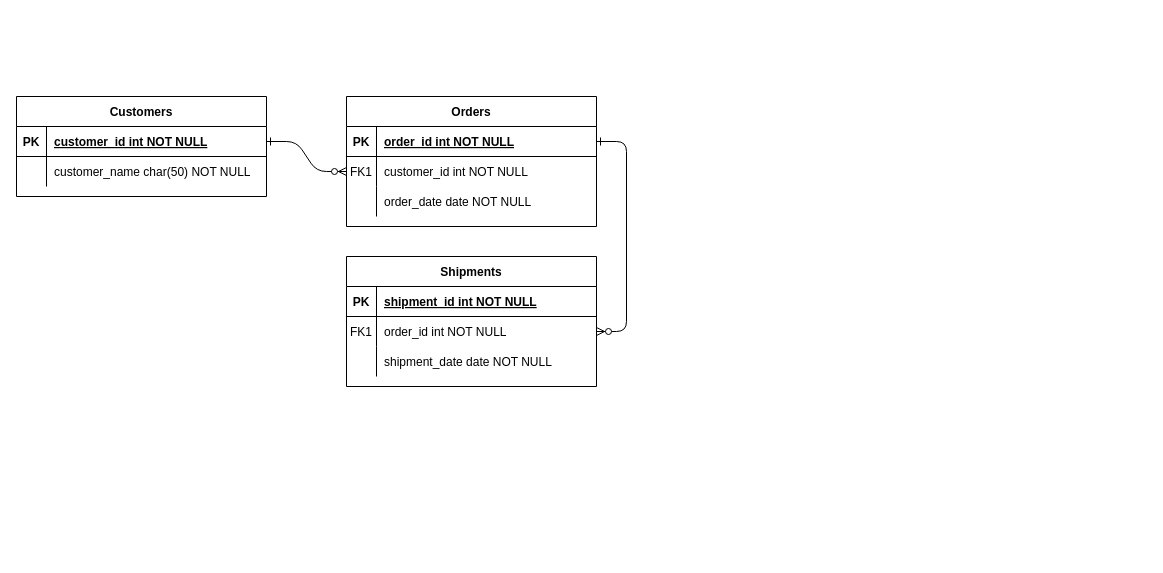
giaritssa/PASS-CARD-KIDS keeps this draw.io diagram as Untitled Diagram.drawio. Above is the earlier version. Source tidied: cells renumbered, new cells numbered last; positions are measured from the earlier drawing's top-left corner, leaving out a move shared by most shapes. Both pictures are drawn from the tidied source at 100%, with x=0, y=0 at pixel (16, 96).
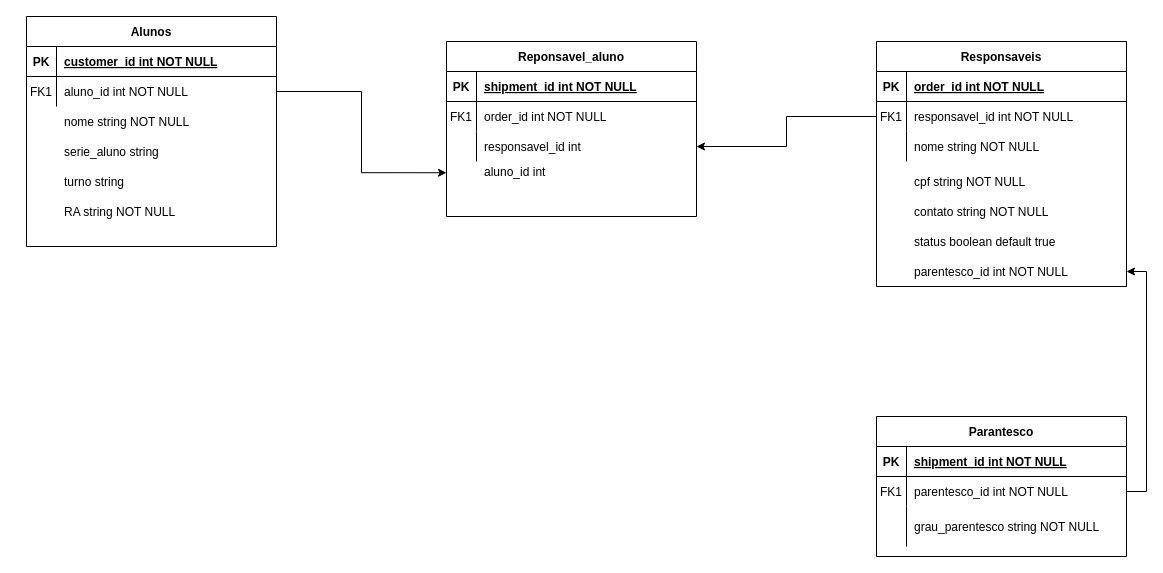
Above is the later version.

Unchanged cells that the change refers to:
```xml
<mxCell id="5" style="shape=partialRectangle;fillColor=none;points=[[0,0.5],[1,0.5]];portConstraint=eastwest;top=0;left=0;right=0;bottom=1;" parent="4" vertex="1">
  <mxGeometry y="30" width="250" height="30" as="geometry" />
</mxCell>
<mxCell id="8" style="shape=partialRectangle;fillColor=none;points=[[0,0.5],[1,0.5]];portConstraint=eastwest;top=0;left=0;right=0;bottom=0;" parent="4" vertex="1">
  <mxGeometry y="60" width="250" height="30" as="geometry" />
</mxCell>
<mxCell id="11" style="shape=partialRectangle;fillColor=none;top=0;left=0;right=0;bottom=0;" parent="4" vertex="1">
  <mxGeometry y="90" width="250" height="30" as="geometry" />
</mxCell>
<mxCell id="18" style="shape=partialRectangle;fillColor=none;points=[[0,0.5],[1,0.5]];portConstraint=eastwest;top=0;left=0;right=0;bottom=0;" parent="14" vertex="1">
  <mxGeometry y="60" width="250" height="30" as="geometry" />
</mxCell>
<mxCell id="25" style="shape=partialRectangle;fillColor=none;points=[[0,0.5],[1,0.5]];portConstraint=eastwest;top=0;left=0;right=0;bottom=1;" parent="24" vertex="1">
  <mxGeometry y="30" width="250" height="30" as="geometry" />
</mxCell>
<mxCell id="28" style="shape=partialRectangle;fillColor=none;points=[[0,0.5],[1,0.5]];portConstraint=eastwest;top=0;left=0;right=0;bottom=0;" parent="24" vertex="1">
  <mxGeometry y="60" width="250" height="30" as="geometry" />
</mxCell>
```

The edit, as a diff of the source:
```diff
@@
-    <mxCell id="2" style="edgeStyle=entityRelationEdgeStyle;endArrow=ERzeroToMany;startArrow=ERone;endFill=1;startFill=0;" parent="1" edge="1" source="25" target="8">
-      <mxGeometry relative="1" as="geometry" />
-    </mxCell>
-    <mxCell id="3" style="edgeStyle=entityRelationEdgeStyle;endArrow=ERzeroToMany;startArrow=ERone;endFill=1;startFill=0;" parent="1" edge="1" source="5" target="18">
-      <mxGeometry relative="1" as="geometry" />
-    </mxCell>
-    <mxCell id="4" value="Orders" style="shape=table;startSize=30;childLayout=tableLayout;rowLines=0;fontStyle=1;align=center;" parent="1" vertex="1">
-      <mxGeometry x="330" width="250" height="130" as="geometry" />
+    <mxCell id="4" value="Responsaveis" style="shape=table;startSize=30;childLayout=tableLayout;rowLines=0;fontStyle=1;align=center;" parent="1" vertex="1">
+      <mxGeometry x="860" y="-55" width="250" height="245" as="geometry" />
     </mxCell>
@@
-    <mxCell id="10" value="customer_id int NOT NULL" style="shape=partialRectangle;overflow=hidden;fillColor=none;top=0;left=0;bottom=0;right=0;align=left;spacingLeft=6;" parent="8" vertex="1">
+    <mxCell id="10" value="responsavel_id int NOT NULL" style="shape=partialRectangle;overflow=hidden;fillColor=none;top=0;left=0;bottom=0;right=0;align=left;spacingLeft=6;" parent="8" vertex="1">
       <mxGeometry x="30" width="220" height="30" as="geometry" />
     </mxCell>
@@
-    <mxCell id="13" value="order_date date NOT NULL" style="shape=partialRectangle;overflow=hidden;fillColor=none;top=0;left=0;bottom=0;right=0;align=left;spacingLeft=6;" parent="11" vertex="1">
+    <mxCell id="13" value="nome string NOT NULL" style="shape=partialRectangle;overflow=hidden;fillColor=none;top=0;left=0;bottom=0;right=0;align=left;spacingLeft=6;" parent="11" vertex="1">
       <mxGeometry x="30" width="220" height="30" as="geometry" />
     </mxCell>
-    <mxCell id="14" value="Shipments" style="shape=table;startSize=30;childLayout=tableLayout;rowLines=0;fontStyle=1;align=center;" parent="1" vertex="1">
-      <mxGeometry x="330" y="160" width="250" height="130" as="geometry" />
+    <mxCell id="14" value="Parantesco" style="shape=table;startSize=30;childLayout=tableLayout;rowLines=0;fontStyle=1;align=center;" parent="1" vertex="1">
+      <mxGeometry x="860" y="320" width="250" height="140" as="geometry" />
     </mxCell>
@@
-    <mxCell id="20" value="order_id int NOT NULL" style="shape=partialRectangle;overflow=hidden;fillColor=none;top=0;left=0;bottom=0;right=0;align=left;spacingLeft=6;" parent="18" vertex="1">
+    <mxCell id="20" value="parentesco_id int NOT NULL" style="shape=partialRectangle;overflow=hidden;fillColor=none;top=0;left=0;bottom=0;right=0;align=left;spacingLeft=6;" parent="18" vertex="1">
       <mxGeometry x="30" width="220" height="30" as="geometry" />
     </mxCell>
     <mxCell id="21" style="shape=partialRectangle;fillColor=none;top=0;left=0;right=0;bottom=0;" parent="14" vertex="1">
-      <mxGeometry y="90" width="250" height="30" as="geometry" />
+      <mxGeometry y="90" width="250" height="40" as="geometry" />
     </mxCell>
     <mxCell id="22" style="shape=partialRectangle;overflow=hidden;fillColor=none;top=0;left=0;bottom=0;right=0;" parent="21" vertex="1">
-      <mxGeometry width="30" height="30" as="geometry" />
+      <mxGeometry width="30" height="40" as="geometry" />
     </mxCell>
-    <mxCell id="23" value="shipment_date date NOT NULL" style="shape=partialRectangle;overflow=hidden;fillColor=none;top=0;left=0;bottom=0;right=0;align=left;spacingLeft=6;" parent="21" vertex="1">
-      <mxGeometry x="30" width="220" height="30" as="geometry" />
+    <mxCell id="23" value="grau_parentesco string NOT NULL" style="shape=partialRectangle;overflow=hidden;fillColor=none;top=0;left=0;bottom=0;right=0;align=left;spacingLeft=6;" parent="21" vertex="1">
+      <mxGeometry x="30" width="220" height="40" as="geometry" />
     </mxCell>
-    <mxCell id="24" value="Customers" style="shape=table;startSize=30;childLayout=tableLayout;rowLines=0;fontStyle=1;align=center;" parent="1" vertex="1">
-      <mxGeometry width="250" height="100" as="geometry" />
+    <mxCell id="24" value="Alunos" style="shape=table;startSize=30;childLayout=tableLayout;rowLines=0;fontStyle=1;align=center;" parent="1" vertex="1">
+      <mxGeometry x="10" y="-80" width="250" height="230" as="geometry" />
     </mxCell>
@@
-    <mxCell id="29" style="shape=partialRectangle;overflow=hidden;fillColor=none;top=0;left=0;bottom=0;right=0;" parent="28" vertex="1">
+    <mxCell id="29" value="FK1" style="shape=partialRectangle;overflow=hidden;fillColor=none;top=0;left=0;bottom=0;right=0;" parent="28" vertex="1">
       <mxGeometry width="30" height="30" as="geometry" />
     </mxCell>
-    <mxCell id="30" value="customer_name char(50) NOT NULL" style="shape=partialRectangle;overflow=hidden;fillColor=none;top=0;left=0;bottom=0;right=0;align=left;spacingLeft=6;" parent="28" vertex="1">
+    <mxCell id="30" value="aluno_id int NOT NULL" style="shape=partialRectangle;overflow=hidden;fillColor=none;top=0;left=0;bottom=0;right=0;align=left;spacingLeft=6;" parent="28" vertex="1">
       <mxGeometry x="30" width="220" height="30" as="geometry" />
     </mxCell>
+    <mxCell id="31" value="Reponsavel_aluno" style="shape=table;startSize=30;childLayout=tableLayout;rowLines=0;fontStyle=1;align=center;" parent="1" vertex="1">
+      <mxGeometry x="430" y="-55" width="250" height="175" as="geometry" />
+    </mxCell>
+    <mxCell id="32" style="shape=partialRectangle;fillColor=none;top=0;left=0;right=0;bottom=1;" parent="31" vertex="1">
+      <mxGeometry y="30" width="250" height="30" as="geometry" />
+    </mxCell>
+    <mxCell id="33" value="PK" style="shape=partialRectangle;overflow=hidden;fillColor=none;top=0;left=0;bottom=0;right=0;fontStyle=1;" parent="32" vertex="1">
+      <mxGeometry width="30" height="30" as="geometry" />
+    </mxCell>
+    <mxCell id="34" value="shipment_id int NOT NULL " style="shape=partialRectangle;overflow=hidden;fillColor=none;top=0;left=0;bottom=0;right=0;align=left;spacingLeft=6;fontStyle=5;" parent="32" vertex="1">
+      <mxGeometry x="30" width="220" height="30" as="geometry" />
+    </mxCell>
+    <mxCell id="35" style="shape=partialRectangle;fillColor=none;top=0;left=0;right=0;bottom=0;" parent="31" vertex="1">
+      <mxGeometry y="60" width="250" height="30" as="geometry" />
+    </mxCell>
+    <mxCell id="36" value="FK1" style="shape=partialRectangle;overflow=hidden;fillColor=none;top=0;left=0;bottom=0;right=0;" parent="35" vertex="1">
+      <mxGeometry width="30" height="30" as="geometry" />
+    </mxCell>
+    <mxCell id="37" value="order_id int NOT NULL" style="shape=partialRectangle;overflow=hidden;fillColor=none;top=0;left=0;bottom=0;right=0;align=left;spacingLeft=6;" parent="35" vertex="1">
+      <mxGeometry x="30" width="220" height="30" as="geometry" />
+    </mxCell>
+    <mxCell id="38" style="shape=partialRectangle;fillColor=none;points=[[0,0.5],[1,0.5]];portConstraint=eastwest;top=0;left=0;right=0;bottom=0;" parent="31" vertex="1">
+      <mxGeometry y="90" width="250" height="30" as="geometry" />
+    </mxCell>
+    <mxCell id="39" style="shape=partialRectangle;overflow=hidden;fillColor=none;top=0;left=0;bottom=0;right=0;" parent="38" vertex="1">
+      <mxGeometry width="30" height="30" as="geometry" />
+    </mxCell>
+    <mxCell id="40" value="responsavel_id int " style="shape=partialRectangle;overflow=hidden;fillColor=none;top=0;left=0;bottom=0;right=0;align=left;spacingLeft=6;" parent="38" vertex="1">
+      <mxGeometry x="30" width="220" height="30" as="geometry" />
+    </mxCell>
+    <mxCell id="41" value="aluno_id int " style="shape=partialRectangle;overflow=hidden;fillColor=none;top=0;left=0;bottom=0;right=0;align=left;spacingLeft=6;" parent="1" vertex="1">
+      <mxGeometry x="460" y="60" width="220" height="30" as="geometry" />
+    </mxCell>
+    <mxCell id="42" style="edgeStyle=orthogonalEdgeStyle;rounded=0;jettySize=auto;html=1;entryX=0;entryY=0.75;entryDx=0;entryDy=0;" parent="1" edge="1" source="28" target="31">
+      <mxGeometry relative="1" as="geometry" />
+    </mxCell>
+    <mxCell id="43" style="edgeStyle=orthogonalEdgeStyle;rounded=0;jettySize=auto;html=1;entryX=1;entryY=0.5;entryDx=0;entryDy=0;" parent="1" edge="1" source="8" target="38">
+      <mxGeometry relative="1" as="geometry" />
+    </mxCell>
+    <mxCell id="44" style="shape=partialRectangle;fillColor=none;top=0;left=0;right=0;bottom=0;" parent="1" vertex="1">
+      <mxGeometry x="860" y="70" width="250" height="30" as="geometry" />
+    </mxCell>
+    <mxCell id="45" style="shape=partialRectangle;overflow=hidden;fillColor=none;top=0;left=0;bottom=0;right=0;" parent="44" vertex="1">
+      <mxGeometry width="30" height="30" as="geometry" />
+    </mxCell>
+    <mxCell id="46" value="cpf string NOT NULL" style="shape=partialRectangle;overflow=hidden;fillColor=none;top=0;left=0;bottom=0;right=0;align=left;spacingLeft=6;" parent="44" vertex="1">
+      <mxGeometry x="30" width="220" height="30" as="geometry" />
+    </mxCell>
+    <mxCell id="47" style="shape=partialRectangle;fillColor=none;top=0;left=0;right=0;bottom=0;" parent="1" vertex="1">
+      <mxGeometry x="860" y="100" width="250" height="30" as="geometry" />
+    </mxCell>
+    <mxCell id="48" style="shape=partialRectangle;overflow=hidden;fillColor=none;top=0;left=0;bottom=0;right=0;" parent="47" vertex="1">
+      <mxGeometry width="30" height="30" as="geometry" />
+    </mxCell>
+    <mxCell id="49" value="contato string NOT NULL" style="shape=partialRectangle;overflow=hidden;fillColor=none;top=0;left=0;bottom=0;right=0;align=left;spacingLeft=6;" parent="47" vertex="1">
+      <mxGeometry x="30" width="220" height="30" as="geometry" />
+    </mxCell>
+    <mxCell id="50" style="shape=partialRectangle;fillColor=none;points=[[0,0.5],[1,0.5]];portConstraint=eastwest;top=0;left=0;right=0;bottom=0;" parent="1" vertex="1">
+      <mxGeometry x="860" y="160" width="250" height="30" as="geometry" />
+    </mxCell>
+    <mxCell id="51" style="shape=partialRectangle;overflow=hidden;fillColor=none;top=0;left=0;bottom=0;right=0;" parent="50" vertex="1">
+      <mxGeometry width="30" height="30" as="geometry" />
+    </mxCell>
+    <mxCell id="52" value="parentesco_id int NOT NULL" style="shape=partialRectangle;overflow=hidden;fillColor=none;top=0;left=0;bottom=0;right=0;align=left;spacingLeft=6;" parent="50" vertex="1">
+      <mxGeometry x="30" width="220" height="30" as="geometry" />
+    </mxCell>
+    <mxCell id="53" style="shape=partialRectangle;fillColor=none;top=0;left=0;right=0;bottom=0;" parent="1" vertex="1">
+      <mxGeometry x="860" y="130" width="250" height="30" as="geometry" />
+    </mxCell>
+    <mxCell id="54" style="shape=partialRectangle;overflow=hidden;fillColor=none;top=0;left=0;bottom=0;right=0;" parent="53" vertex="1">
+      <mxGeometry width="30" height="30" as="geometry" />
+    </mxCell>
+    <mxCell id="55" value="status boolean default true" style="shape=partialRectangle;overflow=hidden;fillColor=none;top=0;left=0;bottom=0;right=0;align=left;spacingLeft=6;" parent="53" vertex="1">
+      <mxGeometry x="30" width="220" height="30" as="geometry" />
+    </mxCell>
+    <mxCell id="56" style="edgeStyle=orthogonalEdgeStyle;rounded=0;jettySize=auto;html=1;entryX=1;entryY=0.5;entryDx=0;entryDy=0;" parent="1" edge="1" source="18" target="50">
+      <mxGeometry relative="1" as="geometry">
+        <Array as="points">
+          <mxPoint x="1130" y="395" />
+          <mxPoint x="1130" y="175" />
+        </Array>
+      </mxGeometry>
+    </mxCell>
+    <mxCell id="57" value="nome string NOT NULL" style="shape=partialRectangle;overflow=hidden;fillColor=none;top=0;left=0;bottom=0;right=0;align=left;spacingLeft=6;" parent="1" vertex="1">
+      <mxGeometry x="40" y="10" width="220" height="30" as="geometry" />
+    </mxCell>
+    <mxCell id="58" value="serie_aluno string " style="shape=partialRectangle;overflow=hidden;fillColor=none;top=0;left=0;bottom=0;right=0;align=left;spacingLeft=6;" parent="1" vertex="1">
+      <mxGeometry x="40" y="40" width="220" height="30" as="geometry" />
+    </mxCell>
+    <mxCell id="59" value="turno string" style="shape=partialRectangle;overflow=hidden;fillColor=none;top=0;left=0;bottom=0;right=0;align=left;spacingLeft=6;" parent="1" vertex="1">
+      <mxGeometry x="40" y="70" width="220" height="30" as="geometry" />
+    </mxCell>
+    <mxCell id="60" value="RA string NOT NULL" style="shape=partialRectangle;overflow=hidden;fillColor=none;top=0;left=0;bottom=0;right=0;align=left;spacingLeft=6;" parent="1" vertex="1">
+      <mxGeometry x="40" y="100" width="220" height="30" as="geometry" />
+    </mxCell>
```
